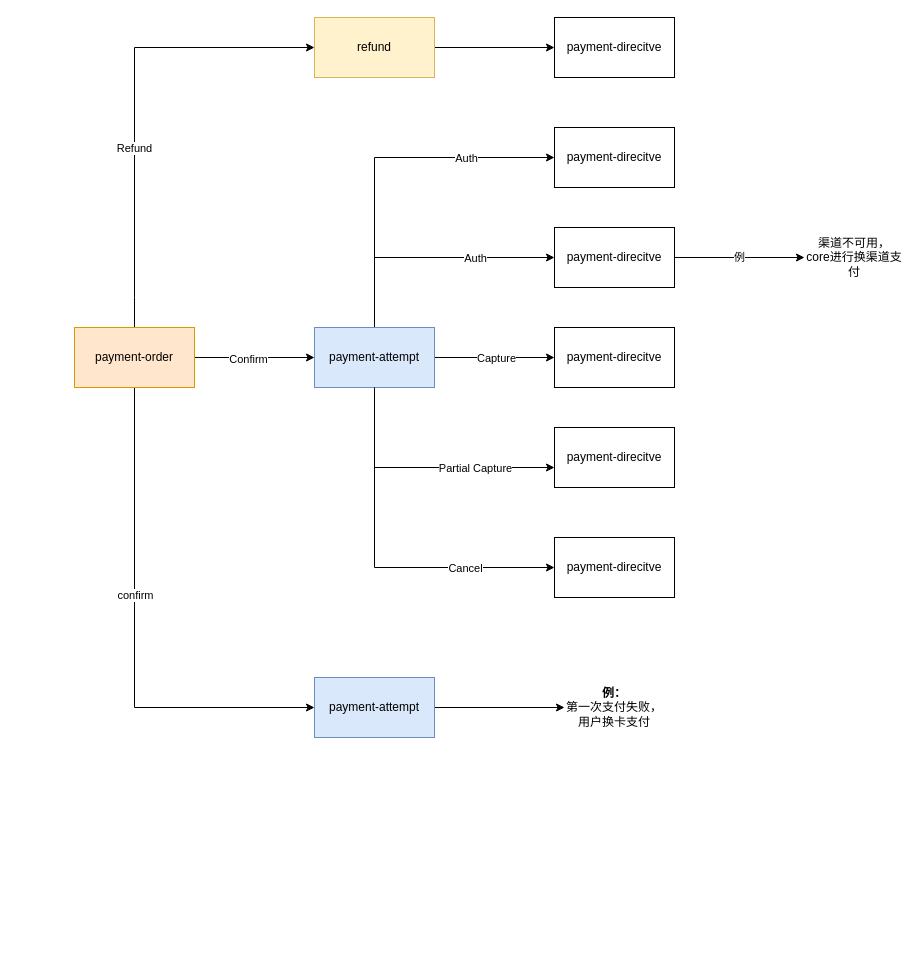
Before: page "Page-2" (2 of 2) of Untitled Diagram.drawio in JudeSheng/MarkdownNote, a draw.io diagram. Source tidied: cells renumbered, new cells numbered last; positions are measured from the earlier drawing's top-left corner, leaving out a move shared by most shapes. Both pictures are drawn from the tidied source at 100%, with x=0, y=0 at pixel (74, 17).
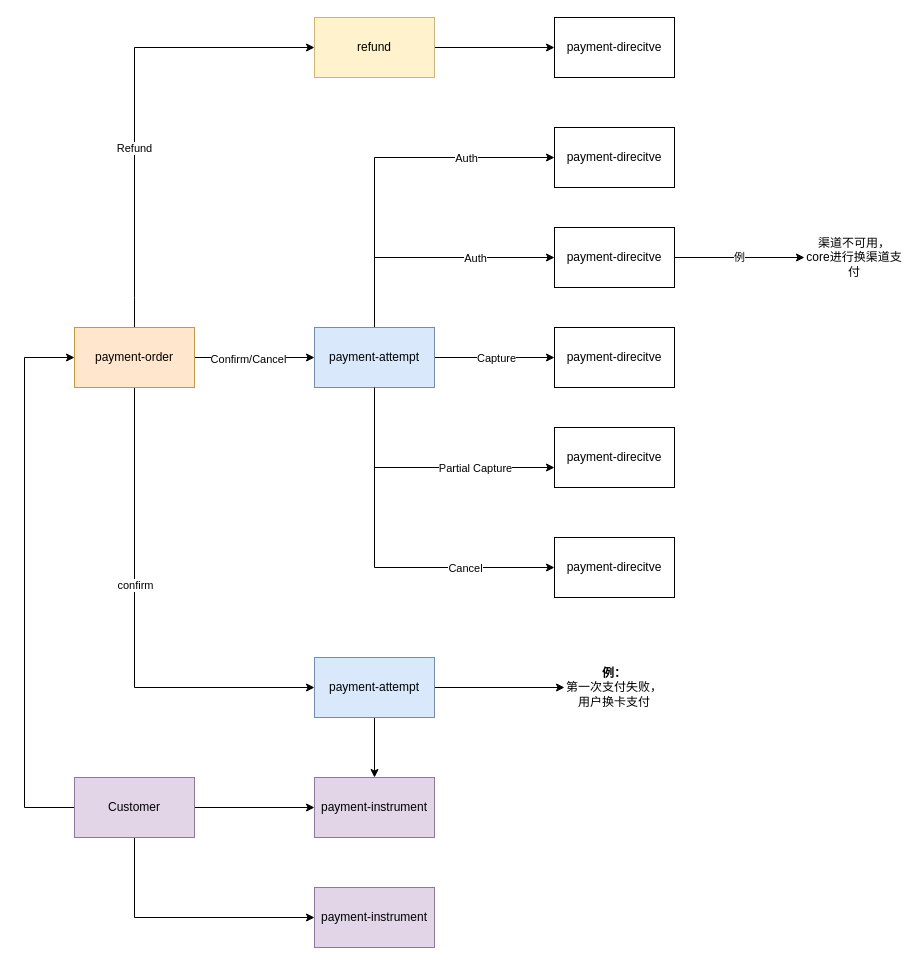
The same diagram, later.

The change refers to these unchanged cells:
```xml
<mxCell id="4" style="edgeStyle=orthogonalEdgeStyle;rounded=0;jettySize=auto;html=1;" parent="1" edge="1" source="8" target="17">
  <mxGeometry relative="1" as="geometry" />
</mxCell>
<mxCell id="8" value="payment-order" style="rounded=0;whiteSpace=wrap;html=1;fillColor=#ffe6cc;strokeColor=#d79b00;" parent="1" vertex="1">
  <mxGeometry y="310" width="120" height="60" as="geometry" />
</mxCell>
```

What changed in the source:
```diff
@@
     <mxCell id="2" style="edgeStyle=orthogonalEdgeStyle;rounded=0;jettySize=auto;html=1;" parent="1" edge="1" source="8" target="22">
       <mxGeometry relative="1" as="geometry">
         <Array as="points">
-          <mxPoint x="60" y="690" />
+          <mxPoint x="60" y="670" />
         </Array>
       </mxGeometry>
     </mxCell>
@@
-    <mxCell id="5" value="Confirm" style="edgeLabel;html=1;align=center;verticalAlign=middle;" parent="4" vertex="1">
+    <mxCell id="5" value="Confirm/Cancel" style="edgeLabel;html=1;align=center;verticalAlign=middle;" parent="4" vertex="1">
       <mxGeometry x="-0.12" y="-1" relative="1" as="geometry" />
     </mxCell>
@@
+    <mxCell id="33" style="edgeStyle=orthogonalEdgeStyle;rounded=0;jettySize=auto;html=1;" parent="1" edge="1" source="22" target="34">
+      <mxGeometry relative="1" as="geometry" />
+    </mxCell>
     <mxCell id="22" value="payment-attempt" style="rounded=0;whiteSpace=wrap;html=1;fillColor=#dae8fc;strokeColor=#6c8ebf;" parent="1" vertex="1">
-      <mxGeometry x="240" y="660" width="120" height="60" as="geometry" />
+      <mxGeometry x="240" y="640" width="120" height="60" as="geometry" />
     </mxCell>
     <mxCell id="23" value="&lt;b&gt;例：&lt;/b&gt;&lt;br&gt;第一次支付失败，用户换卡支付" style="text;html=1;strokeColor=none;fillColor=none;align=center;verticalAlign=middle;whiteSpace=wrap;rounded=0;" parent="1" vertex="1">
-      <mxGeometry x="490" y="665" width="100" height="50" as="geometry" />
+      <mxGeometry x="490" y="645" width="100" height="50" as="geometry" />
     </mxCell>
@@
+    <mxCell id="34" value="payment-instrument" style="rounded=0;whiteSpace=wrap;html=1;fillColor=#e1d5e7;strokeColor=#9673a6;" parent="1" vertex="1">
+      <mxGeometry x="240" y="760" width="120" height="60" as="geometry" />
+    </mxCell>
+    <mxCell id="35" style="edgeStyle=orthogonalEdgeStyle;rounded=0;jettySize=auto;html=1;" parent="1" edge="1" source="38" target="34">
+      <mxGeometry relative="1" as="geometry" />
+    </mxCell>
+    <mxCell id="36" style="edgeStyle=orthogonalEdgeStyle;rounded=0;jettySize=auto;html=1;" parent="1" edge="1" source="38" target="39">
+      <mxGeometry relative="1" as="geometry">
+        <Array as="points">
+          <mxPoint x="60" y="900" />
+        </Array>
+      </mxGeometry>
+    </mxCell>
+    <mxCell id="37" style="edgeStyle=orthogonalEdgeStyle;rounded=0;jettySize=auto;html=1;" parent="1" edge="1" source="38" target="8">
+      <mxGeometry relative="1" as="geometry">
+        <Array as="points">
+          <mxPoint x="-50" y="790" />
+          <mxPoint x="-50" y="340" />
+        </Array>
+      </mxGeometry>
+    </mxCell>
+    <mxCell id="38" value="Customer" style="rounded=0;whiteSpace=wrap;html=1;fillColor=#e1d5e7;strokeColor=#9673a6;" parent="1" vertex="1">
+      <mxGeometry y="760" width="120" height="60" as="geometry" />
+    </mxCell>
+    <mxCell id="39" value="payment-instrument" style="rounded=0;whiteSpace=wrap;html=1;fillColor=#e1d5e7;strokeColor=#9673a6;" parent="1" vertex="1">
+      <mxGeometry x="240" y="870" width="120" height="60" as="geometry" />
+    </mxCell>
```
